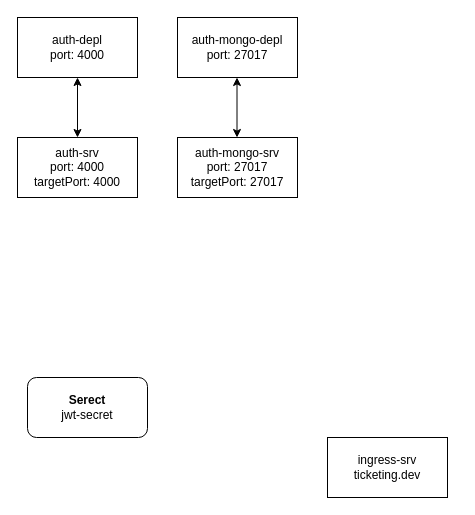
Above: diagrams/connection_diagram.drawio in kavishkamk/ticker-hub (draw.io), before the change. Source tidied: cells renumbered, new cells numbered last; positions are measured from the earlier drawing's top-left corner, leaving out a move shared by most shapes. Both pictures are drawn from the tidied source at 100%, with x=0, y=0 at pixel (17, 17).
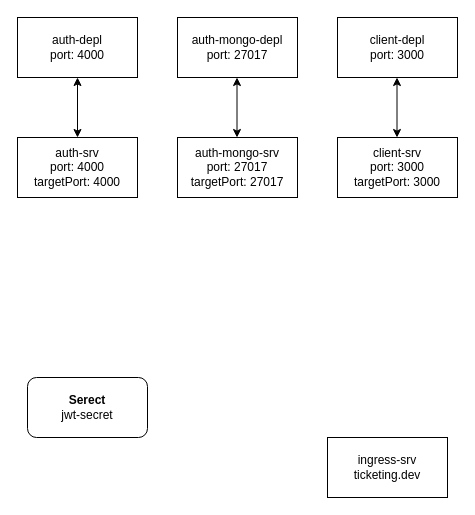
After the change.

The edit, as a diff of the source:
```diff
@@
 <mxGraphModel>
   <root>
     <mxCell id="0" />
     <mxCell id="1" parent="0" />
     <mxCell id="2" value="auth-depl&lt;br&gt;port: 4000" style="rounded=0;whiteSpace=wrap;html=1;" parent="1" vertex="1">
       <mxGeometry width="120" height="60" as="geometry" />
     </mxCell>
     <mxCell id="3" value="auth-srv&lt;br&gt;port: 4000&lt;br&gt;targetPort: 4000" style="rounded=0;whiteSpace=wrap;html=1;" parent="1" vertex="1">
       <mxGeometry y="120" width="120" height="60" as="geometry" />
     </mxCell>
     <mxCell id="4" value="ingress-srv&lt;br&gt;ticketing.dev" style="rounded=0;whiteSpace=wrap;html=1;" parent="1" vertex="1">
       <mxGeometry x="310" y="420" width="120" height="60" as="geometry" />
     </mxCell>
     <mxCell id="5" style="endArrow=classic;startArrow=classic;html=1;rounded=0;entryX=0.5;entryY=1;entryDx=0;entryDy=0;exitX=0.5;exitY=0;exitDx=0;exitDy=0;" parent="1" edge="1" source="3" target="2">
       <mxGeometry relative="1" as="geometry" />
     </mxCell>
     <mxCell id="6" value="auth-mongo-depl&lt;br&gt;port: 27017" style="rounded=0;whiteSpace=wrap;html=1;" parent="1" vertex="1">
       <mxGeometry x="160" width="120" height="60" as="geometry" />
     </mxCell>
     <mxCell id="7" value="auth-mongo-srv&lt;br&gt;port: 27017&lt;br&gt;targetPort: 27017" style="rounded=0;whiteSpace=wrap;html=1;" parent="1" vertex="1">
       <mxGeometry x="160" y="120" width="120" height="60" as="geometry" />
     </mxCell>
     <mxCell id="8" style="endArrow=classic;startArrow=classic;html=1;rounded=0;entryX=0.5;entryY=1;entryDx=0;entryDy=0;exitX=0.5;exitY=0;exitDx=0;exitDy=0;" parent="1" edge="1">
       <mxGeometry relative="1" as="geometry">
         <mxPoint x="219.5" y="120" as="sourcePoint" />
         <mxPoint x="219.5" y="60" as="targetPoint" />
       </mxGeometry>
     </mxCell>
     <mxCell id="9" value="&lt;b&gt;Serect&lt;/b&gt;&lt;br&gt;jwt-secret" style="rounded=1;whiteSpace=wrap;html=1;" parent="1" vertex="1">
       <mxGeometry x="10" y="360" width="120" height="60" as="geometry" />
     </mxCell>
+    <mxCell id="10" value="client-depl&lt;br&gt;port: 3000" style="rounded=0;whiteSpace=wrap;html=1;" parent="1" vertex="1">
+      <mxGeometry x="320" width="120" height="60" as="geometry" />
+    </mxCell>
+    <mxCell id="11" value="client-srv&lt;br&gt;port: 3000&lt;br&gt;targetPort: 3000" style="rounded=0;whiteSpace=wrap;html=1;" parent="1" vertex="1">
+      <mxGeometry x="320" y="120" width="120" height="60" as="geometry" />
+    </mxCell>
+    <mxCell id="12" style="endArrow=classic;startArrow=classic;html=1;rounded=0;entryX=0.5;entryY=1;entryDx=0;entryDy=0;exitX=0.5;exitY=0;exitDx=0;exitDy=0;" parent="1" edge="1">
+      <mxGeometry relative="1" as="geometry">
+        <mxPoint x="379.5" y="120" as="sourcePoint" />
+        <mxPoint x="379.5" y="60" as="targetPoint" />
+      </mxGeometry>
+    </mxCell>
   </root>
 </mxGraphModel>
```
